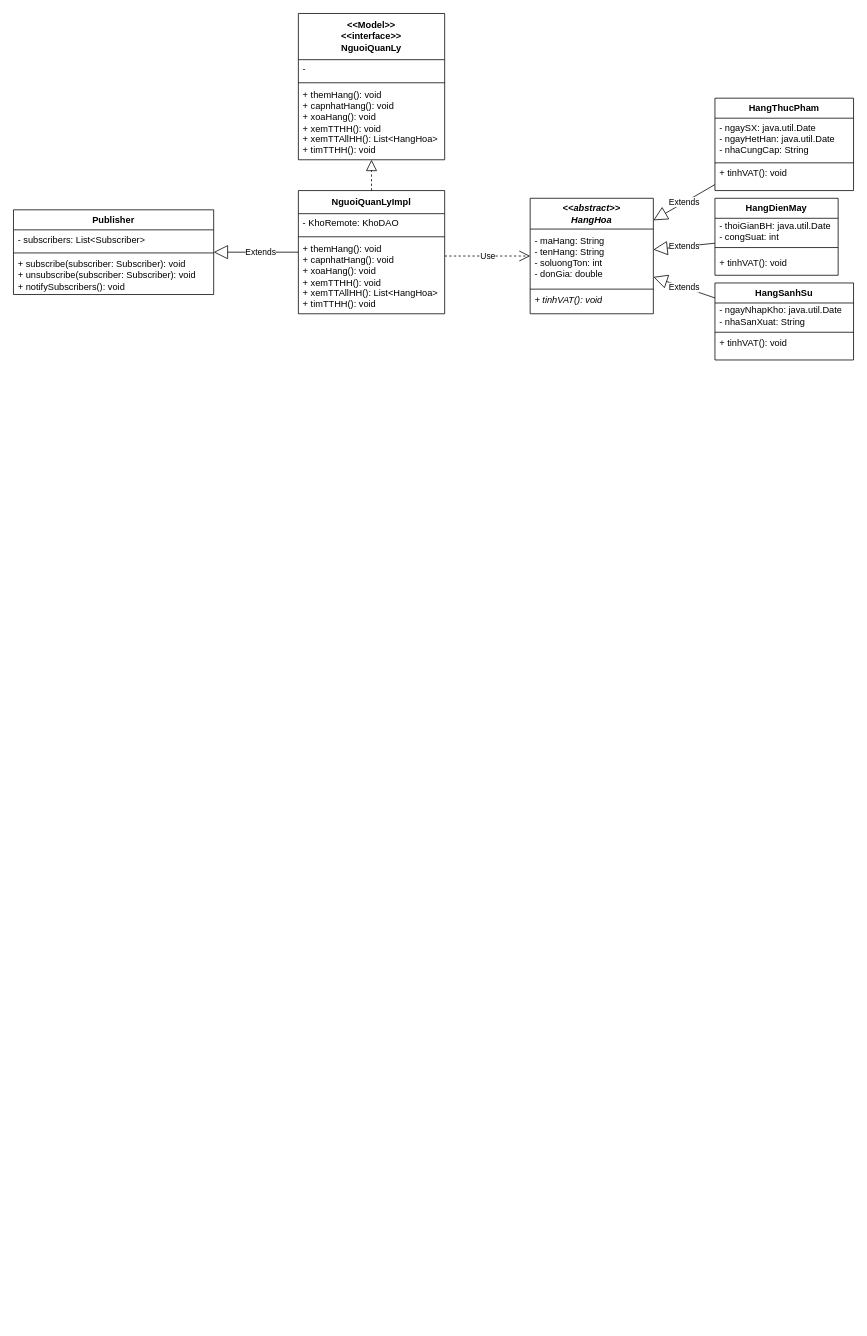
thuangg0123/MYCTKPM keeps this draw.io diagram as page "Domain" (3 of 5) of Detai_SoDo/Diagram_cuoiki.drawio. Above is the earlier version. Source tidied: cells renumbered, new cells numbered last; positions are measured from the earlier drawing's top-left corner, leaving out a move shared by most shapes. Both pictures are drawn from the tidied source at 77%, with x=0, y=0 at pixel (13, 13).
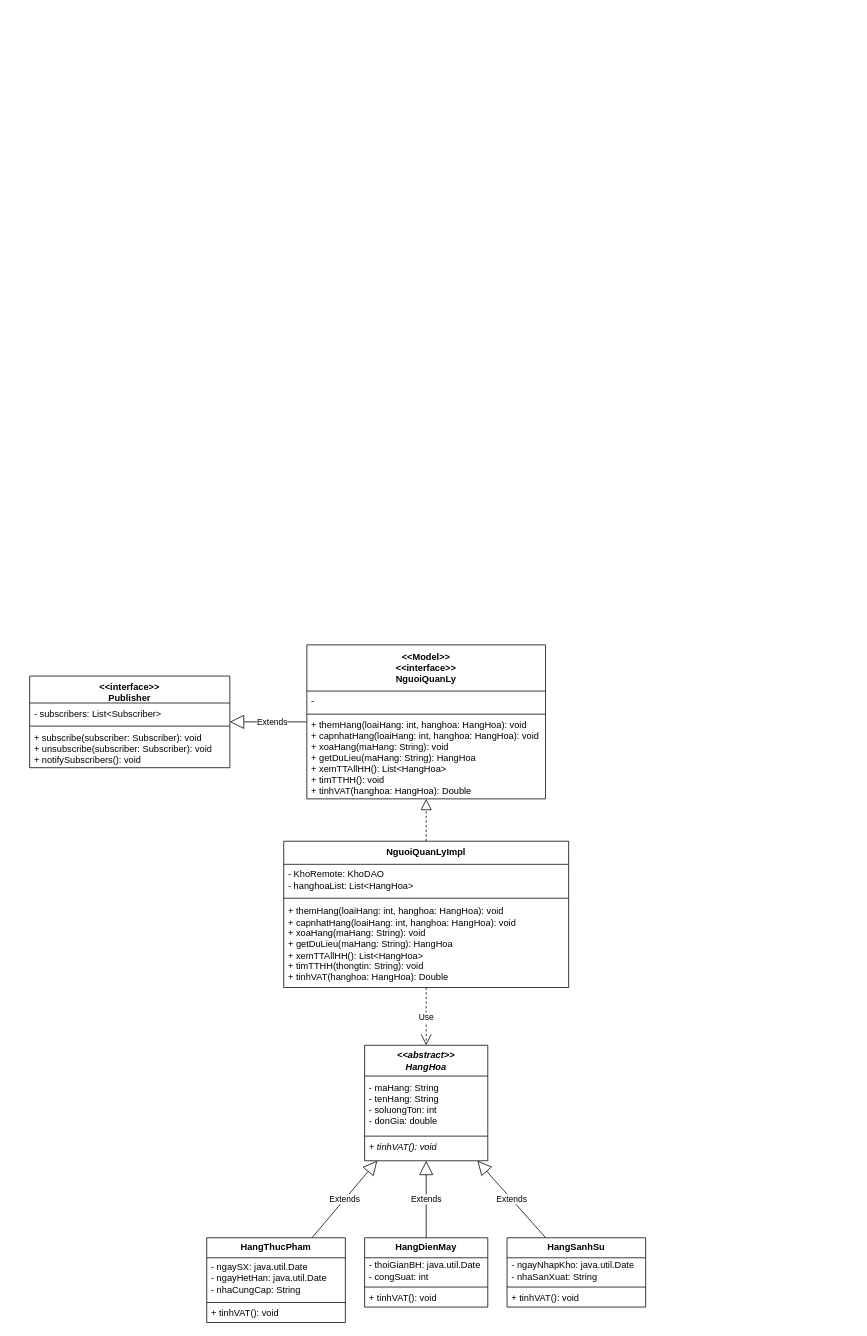
The same diagram, later.

Change to the diagram source:
```diff
@@
     <mxCell id="2" value="&lt;i&gt;&amp;lt;&amp;lt;abstract&amp;gt;&amp;gt;&lt;br&gt;HangHoa&lt;/i&gt;" style="swimlane;fontStyle=1;align=center;verticalAlign=middle;horizontal=1;startSize=40;whiteSpace=wrap;html=1;" parent="1" vertex="1">
-      <mxGeometry x="671" y="240" width="160" height="150" as="geometry" />
+      <mxGeometry x="456" y="1340" width="160" height="150" as="geometry" />
     </mxCell>
@@
     <mxCell id="6" value="HangThucPham" style="swimlane;fontStyle=1;align=center;verticalAlign=middle;horizontal=1;startSize=26;whiteSpace=wrap;html=1;" parent="1" vertex="1">
-      <mxGeometry x="911" y="110" width="180" height="120" as="geometry" />
+      <mxGeometry x="251" y="1590" width="180" height="110" as="geometry" />
     </mxCell>
@@
-    <mxCell id="9" value="+ tinhVAT(): void&lt;br&gt;&lt;span style=&quot;border-color: var(--border-color);&quot;&gt;&lt;br style=&quot;border-color: var(--border-color);&quot;&gt;&lt;/span&gt;" style="text;strokeColor=none;fillColor=none;align=left;verticalAlign=middle;spacingLeft=4;spacingRight=4;overflow=hidden;whiteSpace=wrap;html=1;" parent="6" vertex="1">
-      <mxGeometry y="88" width="180" height="32" as="geometry" />
-    </mxCell>
+    <mxCell id="36" value="+ tinhVAT(): void&lt;br&gt;&lt;span style=&quot;border-color: var(--border-color);&quot;&gt;&lt;br style=&quot;border-color: var(--border-color);&quot;&gt;&lt;/span&gt;" style="text;strokeColor=none;fillColor=none;align=left;verticalAlign=middle;spacingLeft=4;spacingRight=4;overflow=hidden;whiteSpace=wrap;html=1;" parent="6" vertex="1">
+      <mxGeometry y="88" width="180" height="22" as="geometry" />
+    </mxCell>
     <mxCell id="10" value="HangSanhSu" style="swimlane;fontStyle=1;align=center;verticalAlign=middle;horizontal=1;startSize=26;whiteSpace=wrap;html=1;" parent="1" vertex="1">
-      <mxGeometry x="911" y="350" width="180" height="100" as="geometry" />
+      <mxGeometry x="641" y="1590" width="180" height="90" as="geometry" />
     </mxCell>
@@
-    <mxCell id="13" value="+ tinhVAT(): void&lt;br&gt;&lt;span style=&quot;border-color: var(--border-color);&quot;&gt;&lt;br style=&quot;border-color: var(--border-color);&quot;&gt;&lt;/span&gt;" style="text;strokeColor=none;fillColor=none;align=left;verticalAlign=middle;spacingLeft=4;spacingRight=4;overflow=hidden;whiteSpace=wrap;html=1;" parent="10" vertex="1">
-      <mxGeometry y="68" width="180" height="32" as="geometry" />
-    </mxCell>
+    <mxCell id="37" value="+ tinhVAT(): void&lt;br&gt;&lt;span style=&quot;border-color: var(--border-color);&quot;&gt;&lt;br style=&quot;border-color: var(--border-color);&quot;&gt;&lt;/span&gt;" style="text;strokeColor=none;fillColor=none;align=left;verticalAlign=middle;spacingLeft=4;spacingRight=4;overflow=hidden;whiteSpace=wrap;html=1;" parent="10" vertex="1">
+      <mxGeometry y="68" width="180" height="22" as="geometry" />
+    </mxCell>
     <mxCell id="14" value="HangDienMay" style="swimlane;fontStyle=1;align=center;verticalAlign=middle;horizontal=1;startSize=26;whiteSpace=wrap;html=1;" parent="1" vertex="1">
-      <mxGeometry x="911" y="240" width="160" height="100" as="geometry" />
+      <mxGeometry x="456" y="1590" width="160" height="90" as="geometry" />
     </mxCell>
@@
     <mxCell id="17" value="+ tinhVAT(): void&lt;span style=&quot;border-color: var(--border-color);&quot;&gt;&lt;br style=&quot;border-color: var(--border-color);&quot;&gt;&lt;/span&gt;" style="text;strokeColor=none;fillColor=none;align=left;verticalAlign=middle;spacingLeft=4;spacingRight=4;overflow=hidden;whiteSpace=wrap;html=1;" parent="14" vertex="1">
-      <mxGeometry y="68" width="160" height="32" as="geometry" />
+      <mxGeometry y="68" width="160" height="22" as="geometry" />
     </mxCell>
@@
     <mxCell id="21" value="&amp;lt;&amp;lt;Model&amp;gt;&amp;gt;&lt;br&gt;&amp;lt;&amp;lt;interface&amp;gt;&amp;gt;&lt;br&gt;NguoiQuanLy&lt;br&gt;" style="swimlane;fontStyle=1;align=center;verticalAlign=middle;horizontal=1;startSize=60;whiteSpace=wrap;html=1;" parent="1" vertex="1">
-      <mxGeometry x="370" width="190" height="190" as="geometry" />
+      <mxGeometry x="381" y="820" width="310" height="200" as="geometry" />
     </mxCell>
     <mxCell id="22" value="-" style="text;strokeColor=none;fillColor=none;align=left;verticalAlign=middle;spacingLeft=4;spacingRight=4;overflow=hidden;whiteSpace=wrap;html=1;" parent="21" vertex="1">
-      <mxGeometry y="60" width="190" height="26" as="geometry" />
+      <mxGeometry y="60" width="310" height="26" as="geometry" />
     </mxCell>
-    <mxCell id="23" style="line;strokeWidth=1;fillColor=none;align=left;verticalAlign=middle;spacingTop=-1;spacingLeft=3;spacingRight=3;labelPosition=right;strokeColor=inherit;" parent="21" vertex="1">
-      <mxGeometry y="86" width="190" height="8" as="geometry" />
-    </mxCell>
-    <mxCell id="24" value="+ themHang(): void&lt;br&gt;+ capnhatHang(): void&lt;br&gt;+ xoaHang(): void&lt;br&gt;+ xemTTHH(): void&lt;br&gt;+ xemTTAllHH(): List&amp;lt;HangHoa&amp;gt;&lt;br&gt;+ timTTHH(): void" style="text;strokeColor=none;fillColor=none;align=left;verticalAlign=middle;spacingLeft=4;spacingRight=4;overflow=hidden;whiteSpace=wrap;html=1;" parent="21" vertex="1">
-      <mxGeometry y="94" width="190" height="96" as="geometry" />
-    </mxCell>
+    <mxCell id="38" style="line;strokeWidth=1;fillColor=none;align=left;verticalAlign=middle;spacingTop=-1;spacingLeft=3;spacingRight=3;labelPosition=right;strokeColor=inherit;" parent="21" vertex="1">
+      <mxGeometry y="86" width="310" height="8" as="geometry" />
+    </mxCell>
+    <mxCell id="39" value="+ themHang(loaiHang: int, hanghoa: HangHoa): void&lt;br style=&quot;border-color: var(--border-color);&quot;&gt;+ capnhatHang(loaiHang: int, hanghoa: HangHoa): void&lt;br style=&quot;border-color: var(--border-color);&quot;&gt;+ xoaHang(maHang: String): void&lt;br style=&quot;border-color: var(--border-color);&quot;&gt;+&amp;nbsp;getDuLieu(maHang: String): HangHoa&lt;br style=&quot;border-color: var(--border-color);&quot;&gt;+ xemTTAllHH(): List&amp;lt;HangHoa&amp;gt;&lt;br style=&quot;border-color: var(--border-color);&quot;&gt;+ timTTHH(): void&lt;br style=&quot;border-color: var(--border-color);&quot;&gt;+ tinhVAT(hanghoa: HangHoa): Double" style="text;strokeColor=none;fillColor=none;align=left;verticalAlign=middle;spacingLeft=4;spacingRight=4;overflow=hidden;whiteSpace=wrap;html=1;" parent="21" vertex="1">
+      <mxGeometry y="94" width="310" height="106" as="geometry" />
+    </mxCell>
     <mxCell id="25" value="NguoiQuanLyImpl" style="swimlane;fontStyle=1;align=center;verticalAlign=middle;horizontal=1;startSize=30;whiteSpace=wrap;html=1;" parent="1" vertex="1">
-      <mxGeometry x="370" y="230" width="190" height="160" as="geometry" />
+      <mxGeometry x="351" y="1075" width="370" height="190" as="geometry" />
     </mxCell>
-    <mxCell id="26" value="-&amp;nbsp;KhoRemote:&amp;nbsp;KhoDAO" style="text;strokeColor=none;fillColor=none;align=left;verticalAlign=middle;spacingLeft=4;spacingRight=4;overflow=hidden;whiteSpace=wrap;html=1;" parent="25" vertex="1">
-      <mxGeometry y="30" width="190" height="26" as="geometry" />
-    </mxCell>
-    <mxCell id="27" style="line;strokeWidth=1;fillColor=none;align=left;verticalAlign=middle;spacingTop=-1;spacingLeft=3;spacingRight=3;labelPosition=right;strokeColor=inherit;" parent="25" vertex="1">
-      <mxGeometry y="56" width="190" height="8" as="geometry" />
-    </mxCell>
-    <mxCell id="28" value="+ themHang(): void&lt;br&gt;+ capnhatHang(): void&lt;br&gt;+ xoaHang(): void&lt;br&gt;+ xemTTHH(): void&lt;br&gt;+ xemTTAllHH(): List&amp;lt;HangHoa&amp;gt;&lt;br&gt;+ timTTHH(): void" style="text;strokeColor=none;fillColor=none;align=left;verticalAlign=middle;spacingLeft=4;spacingRight=4;overflow=hidden;whiteSpace=wrap;html=1;" parent="25" vertex="1">
-      <mxGeometry y="64" width="190" height="96" as="geometry" />
-    </mxCell>
+    <mxCell id="40" value="-&amp;nbsp;KhoRemote:&amp;nbsp;KhoDAO&lt;br&gt;- hanghoaList: List&amp;lt;HangHoa&amp;gt;" style="text;strokeColor=none;fillColor=none;align=left;verticalAlign=middle;spacingLeft=4;spacingRight=4;overflow=hidden;whiteSpace=wrap;html=1;" parent="25" vertex="1">
+      <mxGeometry y="30" width="370" height="40" as="geometry" />
+    </mxCell>
+    <mxCell id="41" style="line;strokeWidth=1;fillColor=none;align=left;verticalAlign=middle;spacingTop=-1;spacingLeft=3;spacingRight=3;labelPosition=right;strokeColor=inherit;" parent="25" vertex="1">
+      <mxGeometry y="70" width="370" height="8" as="geometry" />
+    </mxCell>
+    <mxCell id="42" value="+ themHang(loaiHang: int, hanghoa: HangHoa): void&lt;br&gt;+ capnhatHang(loaiHang: int, hanghoa: HangHoa): void&lt;br&gt;+ xoaHang(maHang: String): void&lt;br&gt;+&amp;nbsp;getDuLieu(maHang: String&lt;span style=&quot;background-color: initial;&quot;&gt;): HangHoa&lt;/span&gt;&lt;br&gt;+ xemTTAllHH(): List&amp;lt;HangHoa&amp;gt;&lt;br&gt;+ timTTHH(thongtin: String): void&lt;br&gt;+ tinhVAT(hanghoa: HangHoa): Double" style="text;strokeColor=none;fillColor=none;align=left;verticalAlign=middle;spacingLeft=4;spacingRight=4;overflow=hidden;whiteSpace=wrap;html=1;" parent="25" vertex="1">
+      <mxGeometry y="78" width="370" height="112" as="geometry" />
+    </mxCell>
@@
-    <mxCell id="30" value="Use" style="endArrow=open;endSize=12;dashed=1;html=1;rounded=0;verticalAlign=middle;" parent="1" edge="1" target="2">
-      <mxGeometry relative="1" as="geometry">
-        <mxPoint x="560" y="315" as="sourcePoint" />
-      </mxGeometry>
+    <mxCell id="30" value="Use" style="endArrow=open;endSize=12;dashed=1;html=1;rounded=0;verticalAlign=middle;" parent="1" edge="1" source="25" target="2">
+      <mxGeometry x="0.04" relative="1" as="geometry" />
     </mxCell>
-    <mxCell id="31" value="Publisher" style="swimlane;fontStyle=1;align=center;verticalAlign=top;horizontal=1;startSize=26;whiteSpace=wrap;html=1;" parent="1" vertex="1">
-      <mxGeometry y="255" width="260" height="110" as="geometry" />
-    </mxCell>
+    <mxCell id="43" value="&amp;lt;&amp;lt;interface&amp;gt;&amp;gt;&lt;br style=&quot;border-color: var(--border-color);&quot;&gt;Publisher" style="swimlane;fontStyle=1;align=center;verticalAlign=top;horizontal=1;startSize=35;whiteSpace=wrap;html=1;" parent="1" vertex="1">
+      <mxGeometry x="21" y="860.5" width="260" height="119" as="geometry" />
+    </mxCell>
-    <mxCell id="32" value="-&amp;nbsp;subscribers&lt;span style=&quot;background-color: initial;&quot;&gt;:&amp;nbsp;&lt;/span&gt;List&amp;lt;Subscriber&amp;gt;" style="text;strokeColor=none;fillColor=none;align=left;verticalAlign=top;spacingLeft=4;spacingRight=4;overflow=hidden;whiteSpace=wrap;html=1;" parent="31" vertex="1">
-      <mxGeometry y="26" width="260" height="26" as="geometry" />
+    <mxCell id="32" value="-&amp;nbsp;subscribers&lt;span style=&quot;background-color: initial;&quot;&gt;:&amp;nbsp;&lt;/span&gt;List&amp;lt;Subscriber&amp;gt;" style="text;strokeColor=none;fillColor=none;align=left;verticalAlign=top;spacingLeft=4;spacingRight=4;overflow=hidden;whiteSpace=wrap;html=1;" parent="43" vertex="1">
+      <mxGeometry y="35" width="260" height="26" as="geometry" />
     </mxCell>
-    <mxCell id="33" style="line;strokeWidth=1;fillColor=none;align=left;verticalAlign=middle;spacingTop=-1;spacingLeft=3;spacingRight=3;labelPosition=right;strokeColor=inherit;" parent="31" vertex="1">
-      <mxGeometry y="52" width="260" height="8" as="geometry" />
-    </mxCell>
+    <mxCell id="44" style="line;strokeWidth=1;fillColor=none;align=left;verticalAlign=middle;spacingTop=-1;spacingLeft=3;spacingRight=3;labelPosition=right;strokeColor=inherit;" parent="43" vertex="1">
+      <mxGeometry y="61" width="260" height="8" as="geometry" />
+    </mxCell>
-    <mxCell id="34" value="+&amp;nbsp;subscribe(subscriber:&amp;nbsp;Subscriber): void&lt;br&gt;+ unsubscribe(subscriber:&amp;nbsp;Subscriber): void&lt;br&gt;+&amp;nbsp;notifySubscribers(): void" style="text;strokeColor=none;fillColor=none;align=left;verticalAlign=middle;spacingLeft=4;spacingRight=4;overflow=hidden;whiteSpace=wrap;html=1;" parent="31" vertex="1">
-      <mxGeometry y="60" width="260" height="50" as="geometry" />
+    <mxCell id="34" value="+&amp;nbsp;subscribe(subscriber:&amp;nbsp;Subscriber): void&lt;br&gt;+ unsubscribe(subscriber:&amp;nbsp;Subscriber): void&lt;br&gt;+&amp;nbsp;notifySubscribers(): void" style="text;strokeColor=none;fillColor=none;align=left;verticalAlign=middle;spacingLeft=4;spacingRight=4;overflow=hidden;whiteSpace=wrap;html=1;" parent="43" vertex="1">
+      <mxGeometry y="69" width="260" height="50" as="geometry" />
     </mxCell>
-    <mxCell id="35" value="Extends" style="endArrow=block;endSize=16;endFill=0;html=1;rounded=0;verticalAlign=middle;" parent="1" edge="1" source="25" target="31">
-      <mxGeometry x="-0.11" relative="1" as="geometry" />
-    </mxCell>
+    <mxCell id="45" value="Extends" style="endArrow=block;endSize=16;endFill=0;html=1;rounded=0;verticalAlign=middle;" parent="1" edge="1" source="21" target="43">
+      <mxGeometry x="-0.11" relative="1" as="geometry" />
+    </mxCell>
```
